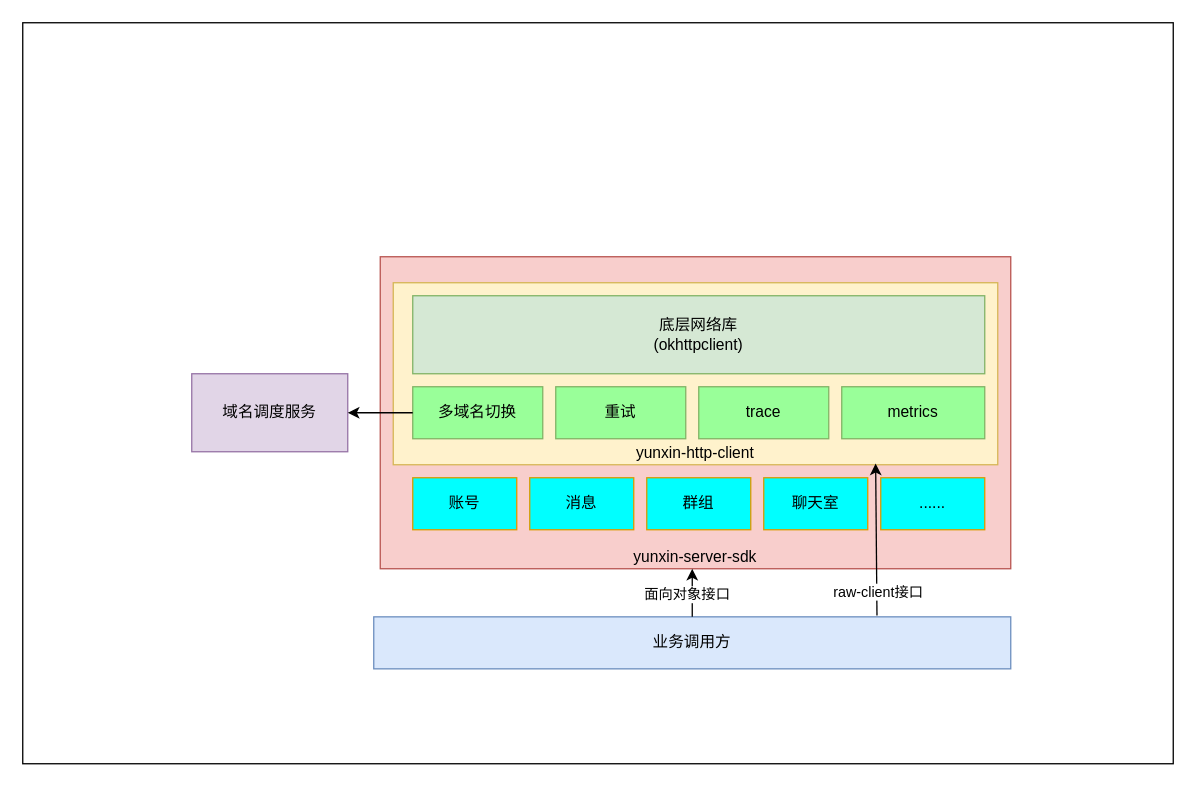
This is docs/infra.drawio from netease-im/yunxin-server-sdk-java, a draw.io file, before an edit. Source tidied: cells renumbered, new cells numbered last; positions are measured from the earlier drawing's top-left corner, leaving out a move shared by most shapes. Both pictures are drawn from the tidied source at 130%, with x=0, y=0 at pixel (22, 22).
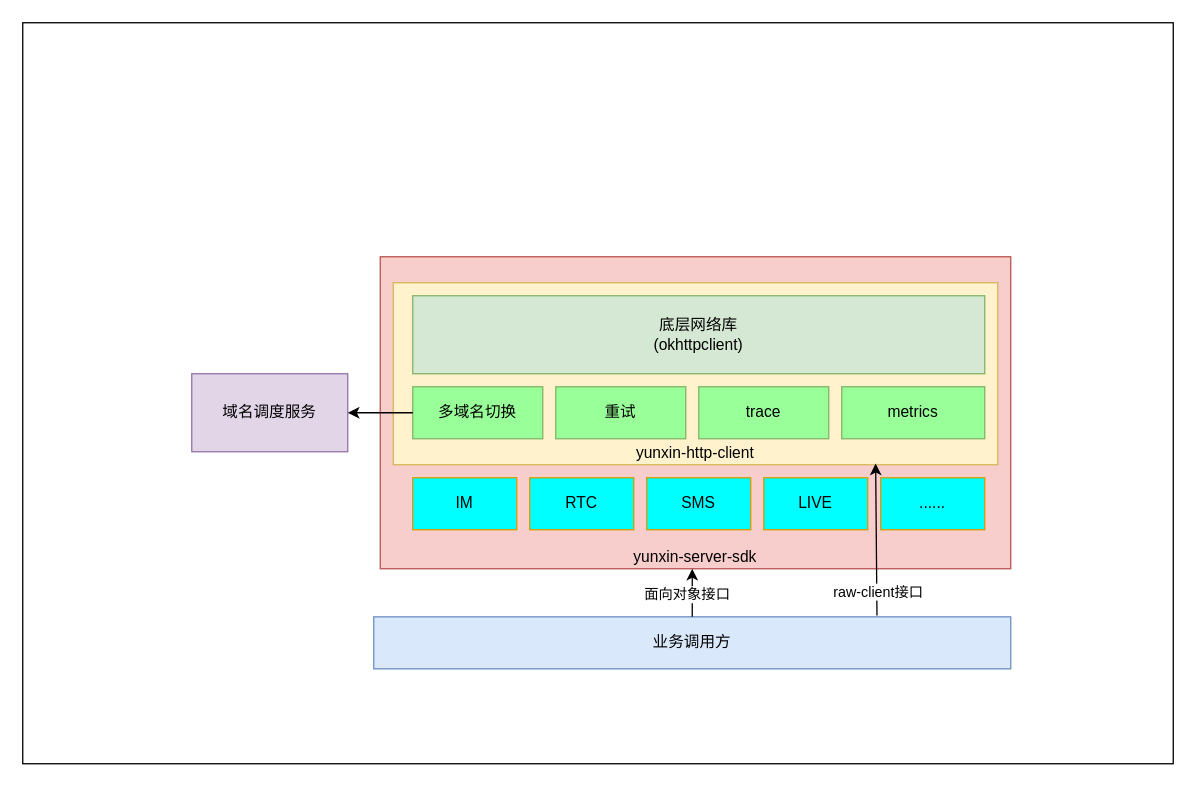
The same page after the edit.

Change to the diagram source:
```diff
@@
-    <mxCell id="10" value="账号" style="rounded=0;whiteSpace=wrap;html=1;fillColor=#00FFFF;strokeColor=#d79b00;" parent="1" vertex="1">
+    <mxCell id="10" value="IM" style="rounded=0;whiteSpace=wrap;html=1;fillColor=#00FFFF;strokeColor=#d79b00;" parent="1" vertex="1">
       <mxGeometry x="300" y="350" width="80" height="40" as="geometry" />
     </mxCell>
-    <mxCell id="11" value="消息" style="rounded=0;whiteSpace=wrap;html=1;fillColor=#00FFFF;strokeColor=#d79b00;" parent="1" vertex="1">
+    <mxCell id="11" value="RTC" style="rounded=0;whiteSpace=wrap;html=1;fillColor=#00FFFF;strokeColor=#d79b00;" parent="1" vertex="1">
       <mxGeometry x="390" y="350" width="80" height="40" as="geometry" />
     </mxCell>
-    <mxCell id="12" value="群组" style="rounded=0;whiteSpace=wrap;html=1;fillColor=#00FFFF;strokeColor=#d79b00;" parent="1" vertex="1">
+    <mxCell id="12" value="SMS" style="rounded=0;whiteSpace=wrap;html=1;fillColor=#00FFFF;strokeColor=#d79b00;" parent="1" vertex="1">
       <mxGeometry x="480" y="350" width="80" height="40" as="geometry" />
     </mxCell>
-    <mxCell id="13" value="聊天室" style="rounded=0;whiteSpace=wrap;html=1;fillColor=#00FFFF;strokeColor=#d79b00;" parent="1" vertex="1">
+    <mxCell id="13" value="LIVE" style="rounded=0;whiteSpace=wrap;html=1;fillColor=#00FFFF;strokeColor=#d79b00;" parent="1" vertex="1">
       <mxGeometry x="570" y="350" width="80" height="40" as="geometry" />
     </mxCell>
```
